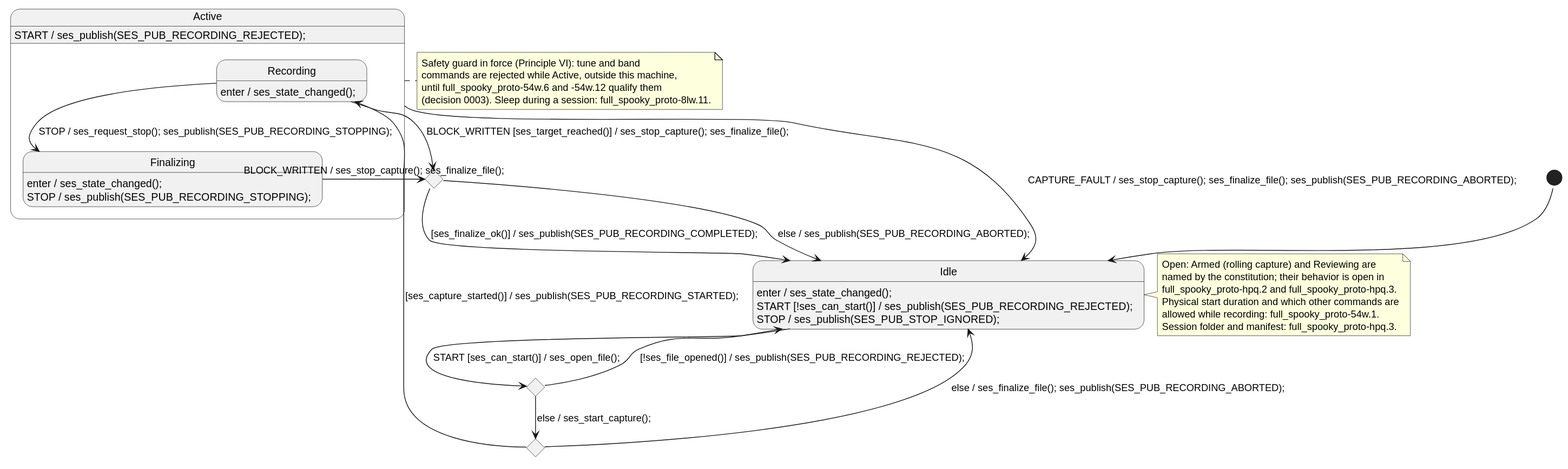
Above: docs/design/behavior/SessionSm.svg in dwight9339/spooky_box_proto (PlantUML), before the change.
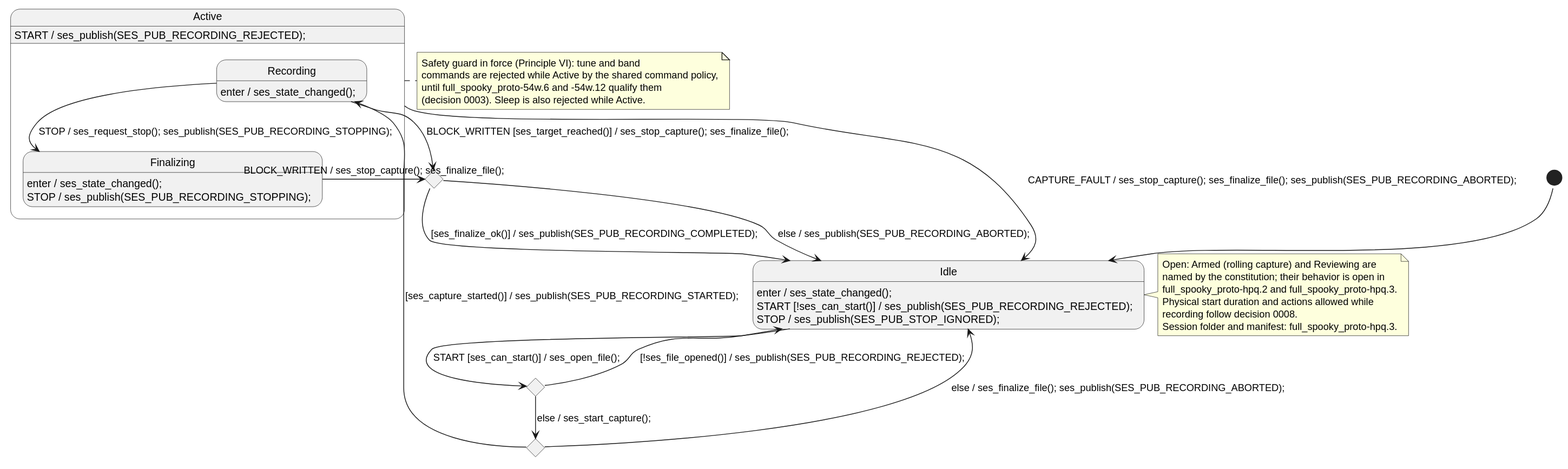
The same file after the commit.

Diff of the diagram source:
```diff
@@ -40,15 +40,15 @@
   Open: Armed (rolling capture) and Reviewing are
   named by the constitution; their behavior is open in
   full_spooky_proto-hpq.2 and full_spooky_proto-hpq.3.
-  Physical start duration and which other commands are
-  allowed while recording: full_spooky_proto-54w.1.
+  Physical start duration and actions allowed while
+  recording follow decision 0008.
   Session folder and manifest: full_spooky_proto-hpq.3.
 end note
 note right of Active
   Safety guard in force (Principle VI): tune and band
-  commands are rejected while Active, outside this machine,
+  commands are rejected while Active by the shared command policy,
   until full_spooky_proto-54w.6 and -54w.12 qualify them
-  (decision 0003). Sleep during a session: full_spooky_proto-8lw.11.
+  (decision 0003). Sleep is also rejected while Active.
 end note
 
 @enduml
```
